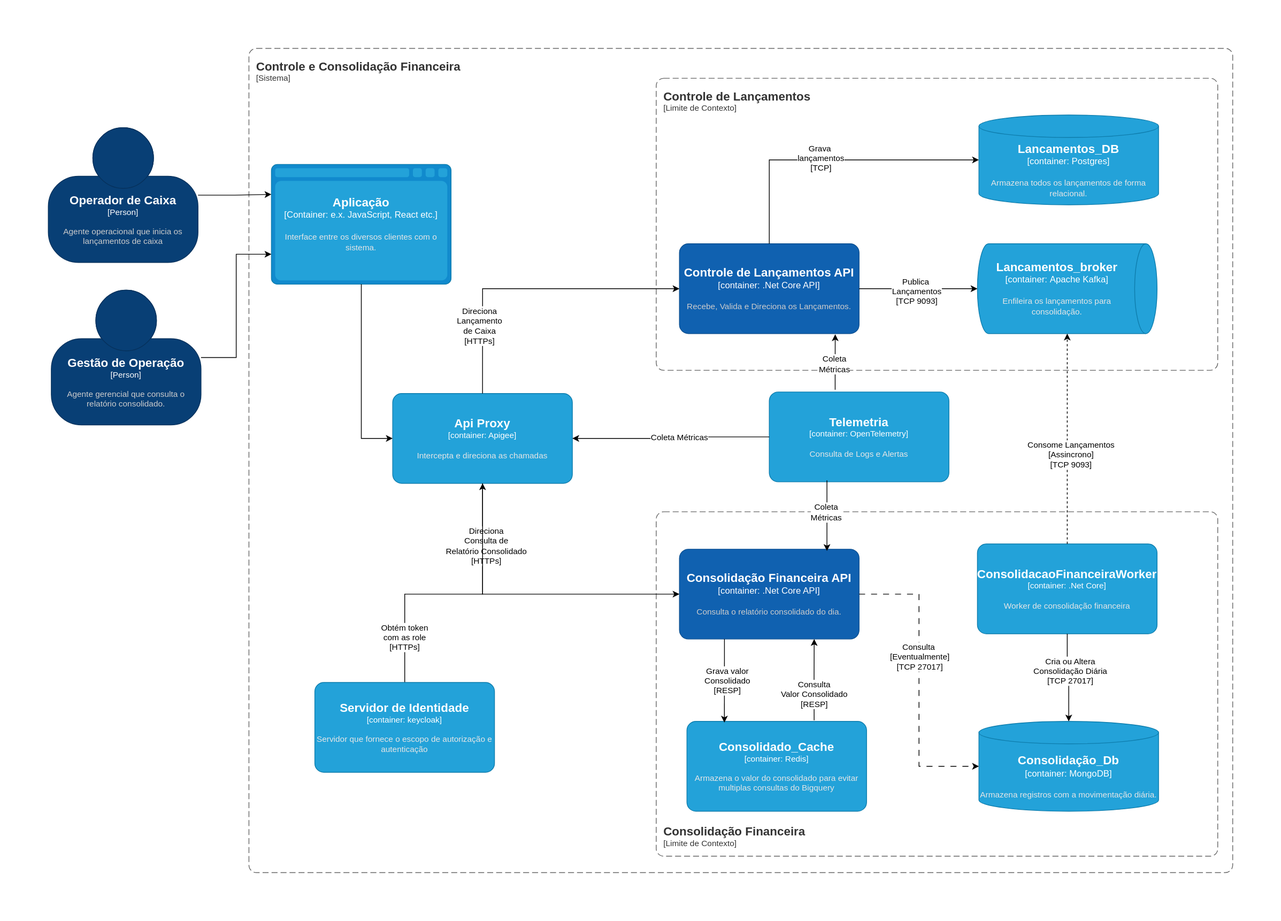
Before: docs/diagramasC4/c2.svg, a diagram exported from draw.io (ovinifalcao/ControleEConsolidacaoDeLancamentos). Source tidied: cells renumbered, new cells last; positions are measured from the earlier drawing's top-left corner, leaving out a move shared by most shapes.
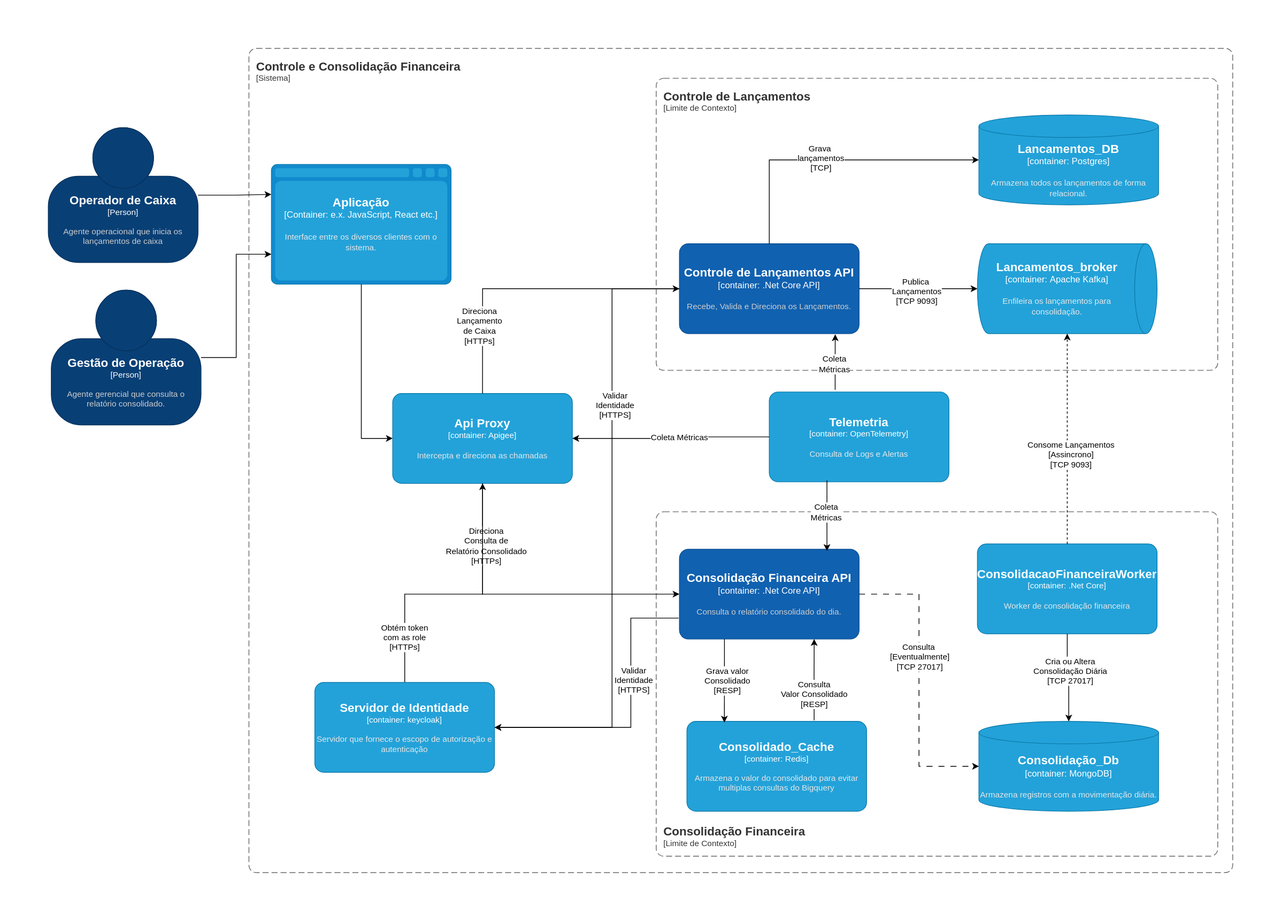
The same diagram one commit later.

The edit, as a diff of the source:
```diff
@@ -199,5 +199,30 @@
         <mxGeometry x="356" y="847" width="240" height="120" as="geometry" />
       </mxCell>
     </object>
+    <mxCell id="47" style="edgeStyle=orthogonalEdgeStyle;rounded=0;jettySize=auto;html=1;entryX=1;entryY=0.5;entryDx=0;entryDy=0;entryPerimeter=0;" parent="1" edge="1" source="2" target="46">
+      <mxGeometry relative="1" as="geometry">
+        <Array as="points">
+          <mxPoint x="753" y="321" />
+          <mxPoint x="753" y="907" />
+        </Array>
+      </mxGeometry>
+    </mxCell>
+    <mxCell id="48" value="Validar&lt;div&gt;Identidade&lt;/div&gt;&lt;div&gt;[HTTPS]&lt;/div&gt;" style="edgeLabel;html=1;align=center;verticalAlign=middle;" parent="47" vertex="1">
+      <mxGeometry x="-0.41" y="3" relative="1" as="geometry" />
+    </mxCell>
+    <mxCell id="49" style="edgeStyle=orthogonalEdgeStyle;rounded=0;jettySize=auto;html=1;entryX=1;entryY=0.5;entryDx=0;entryDy=0;entryPerimeter=0;" parent="1" edge="1" target="46">
+      <mxGeometry relative="1" as="geometry">
+        <mxPoint x="842" y="761" as="sourcePoint" />
+        <Array as="points">
+          <mxPoint x="778" y="761" />
+          <mxPoint x="778" y="907" />
+        </Array>
+      </mxGeometry>
+    </mxCell>
+    <mxCell id="50" value="Validar&lt;div&gt;Identidade&lt;/div&gt;&lt;div&gt;[HTTPS]&lt;/div&gt;" style="edgeLabel;html=1;align=center;verticalAlign=middle;" parent="49" vertex="1">
+      <mxGeometry x="-0.25" y="3" relative="1" as="geometry">
+        <mxPoint y="1" as="offset" />
+      </mxGeometry>
+    </mxCell>
   </root>
 </mxGraphModel>
```
